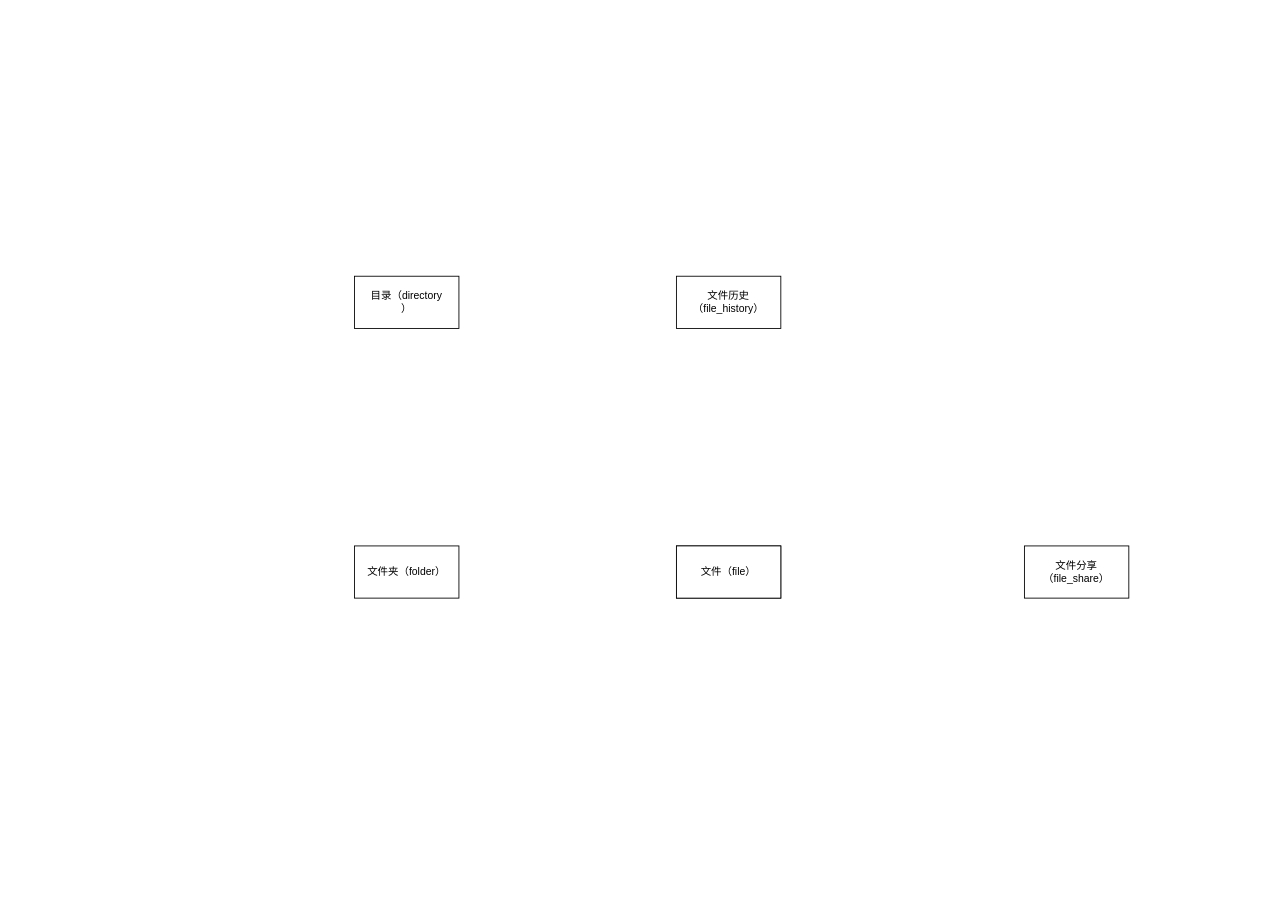
Before: sendi/文件服务ER图.drawio in Joyouspeng/joyous, a draw.io diagram. Source tidied: cells renumbered, new cells numbered last; positions are measured from the earlier drawing's top-left corner, leaving out a move shared by most shapes. Both pictures are drawn from the tidied source at 87%, with x=0, y=0 at pixel (354, 276).
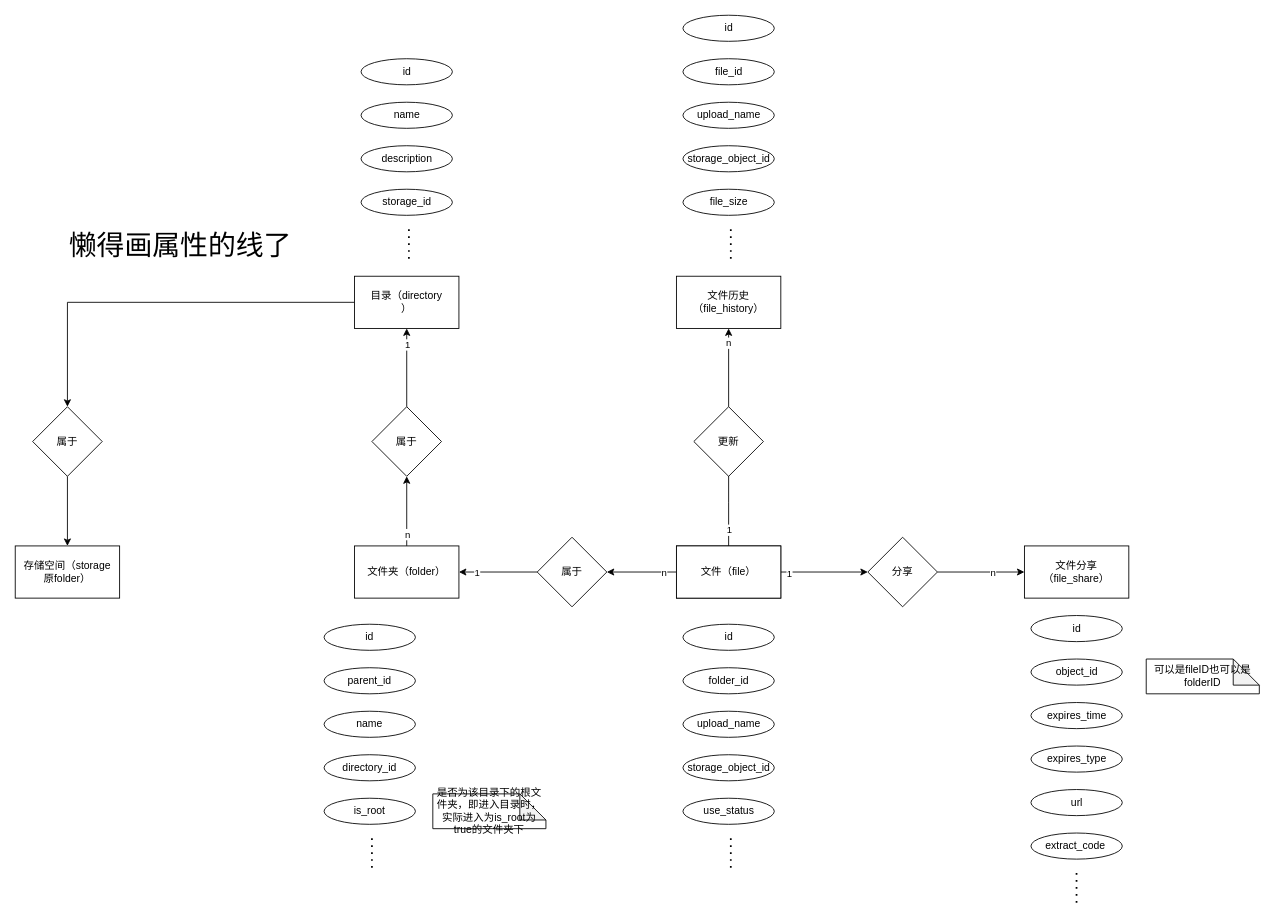
After the change.

Commit message:
更新文件服务ER图.drawio

Unchanged cells that the change refers to:
```xml
<mxCell id="2" value="文件夹（folder）" style="rounded=0;whiteSpace=wrap;html=1;" parent="1" vertex="1">
  <mxGeometry y="310" width="120" height="60" as="geometry" />
</mxCell>
<mxCell id="4" value="文件历史（file_history）" style="rounded=0;whiteSpace=wrap;html=1;" parent="1" vertex="1">
  <mxGeometry x="370" width="120" height="60" as="geometry" />
</mxCell>
<mxCell id="5" value="文件分享（file_share）" style="rounded=0;whiteSpace=wrap;html=1;" parent="1" vertex="1">
  <mxGeometry x="770" y="310" width="120" height="60" as="geometry" />
</mxCell>
<mxCell id="6" value="文件（file）" style="rounded=0;whiteSpace=wrap;html=1;" parent="1" vertex="1">
  <mxGeometry x="370" y="310" width="120" height="60" as="geometry" />
</mxCell>
<mxCell id="7" value="目录（directory&lt;br&gt;）" style="rounded=0;whiteSpace=wrap;html=1;" parent="1" vertex="1">
  <mxGeometry width="120" height="60" as="geometry" />
</mxCell>
```

What changed in the source:
```diff
@@
+    <mxCell id="8" style="edgeStyle=orthogonalEdgeStyle;rounded=0;jettySize=auto;html=1;exitX=0.5;exitY=0;exitDx=0;exitDy=0;entryX=0.5;entryY=1;entryDx=0;entryDy=0;" parent="1" edge="1" source="2" target="23">
+      <mxGeometry relative="1" as="geometry" />
+    </mxCell>
+    <mxCell id="9" value="n" style="edgeLabel;html=1;align=center;verticalAlign=middle;" parent="8" vertex="1">
+      <mxGeometry x="-0.64" relative="1" as="geometry" />
+    </mxCell>
@@
+    <mxCell id="10" style="edgeStyle=orthogonalEdgeStyle;rounded=0;jettySize=auto;html=1;exitX=0;exitY=0.5;exitDx=0;exitDy=0;entryX=1;entryY=0.5;entryDx=0;entryDy=0;" parent="1" edge="1" source="6" target="20">
+      <mxGeometry relative="1" as="geometry" />
+    </mxCell>
+    <mxCell id="11" value="n" style="edgeLabel;html=1;align=center;verticalAlign=middle;" parent="10" vertex="1">
+      <mxGeometry x="-0.63" relative="1" as="geometry" />
+    </mxCell>
+    <mxCell id="12" style="edgeStyle=orthogonalEdgeStyle;rounded=0;jettySize=auto;html=1;exitX=0.5;exitY=0;exitDx=0;exitDy=0;" parent="1" edge="1" source="6">
+      <mxGeometry relative="1" as="geometry">
+        <mxPoint x="430" y="210" as="targetPoint" />
+      </mxGeometry>
+    </mxCell>
+    <mxCell id="13" value="1" style="edgeLabel;html=1;align=center;verticalAlign=middle;" parent="12" vertex="1">
+      <mxGeometry x="-0.63" relative="1" as="geometry" />
+    </mxCell>
+    <mxCell id="14" style="edgeStyle=orthogonalEdgeStyle;rounded=0;jettySize=auto;html=1;exitX=1;exitY=0.5;exitDx=0;exitDy=0;entryX=0;entryY=0.5;entryDx=0;entryDy=0;" parent="1" edge="1" source="6" target="29">
+      <mxGeometry relative="1" as="geometry" />
+    </mxCell>
+    <mxCell id="15" value="1" style="edgeLabel;html=1;align=center;verticalAlign=middle;" parent="14" vertex="1">
+      <mxGeometry x="-0.81" y="-1" relative="1" as="geometry" />
+    </mxCell>
@@
+    <mxCell id="16" style="edgeStyle=orthogonalEdgeStyle;rounded=0;jettySize=auto;html=1;exitX=0;exitY=0.5;exitDx=0;exitDy=0;entryX=0.5;entryY=0;entryDx=0;entryDy=0;" parent="1" edge="1" source="7" target="31">
+      <mxGeometry relative="1" as="geometry" />
+    </mxCell>
@@
+    <mxCell id="17" value="存储空间（storage&lt;br&gt;原folder）" style="rounded=0;whiteSpace=wrap;html=1;" parent="1" vertex="1">
+      <mxGeometry x="-390" y="310" width="120" height="60" as="geometry" />
+    </mxCell>
+    <mxCell id="18" style="edgeStyle=orthogonalEdgeStyle;rounded=0;jettySize=auto;html=1;exitX=0;exitY=0.5;exitDx=0;exitDy=0;entryX=1;entryY=0.5;entryDx=0;entryDy=0;" parent="1" edge="1" source="20" target="2">
+      <mxGeometry relative="1" as="geometry" />
+    </mxCell>
+    <mxCell id="19" value="1" style="edgeLabel;html=1;align=center;verticalAlign=middle;" parent="18" vertex="1">
+      <mxGeometry x="0.55" relative="1" as="geometry" />
+    </mxCell>
+    <mxCell id="20" value="属于" style="rhombus;whiteSpace=wrap;html=1;" parent="1" vertex="1">
+      <mxGeometry x="210" y="300" width="80" height="80" as="geometry" />
+    </mxCell>
+    <mxCell id="21" style="edgeStyle=orthogonalEdgeStyle;rounded=0;jettySize=auto;html=1;exitX=0.5;exitY=0;exitDx=0;exitDy=0;entryX=0.5;entryY=1;entryDx=0;entryDy=0;" parent="1" edge="1" source="23" target="7">
+      <mxGeometry relative="1" as="geometry" />
+    </mxCell>
+    <mxCell id="22" value="1" style="edgeLabel;html=1;align=center;verticalAlign=middle;" parent="21" vertex="1">
+      <mxGeometry x="0.59" relative="1" as="geometry" />
+    </mxCell>
+    <mxCell id="23" value="属于" style="rhombus;whiteSpace=wrap;html=1;" parent="1" vertex="1">
+      <mxGeometry x="20" y="150" width="80" height="80" as="geometry" />
+    </mxCell>
+    <mxCell id="24" style="edgeStyle=orthogonalEdgeStyle;rounded=0;jettySize=auto;html=1;exitX=0.5;exitY=0;exitDx=0;exitDy=0;entryX=0.5;entryY=1;entryDx=0;entryDy=0;" parent="1" edge="1" source="26" target="4">
+      <mxGeometry relative="1" as="geometry" />
+    </mxCell>
+    <mxCell id="25" value="n" style="edgeLabel;html=1;align=center;verticalAlign=middle;" parent="24" vertex="1">
+      <mxGeometry x="0.64" y="1" relative="1" as="geometry" />
+    </mxCell>
+    <mxCell id="26" value="更新" style="rhombus;whiteSpace=wrap;html=1;" parent="1" vertex="1">
+      <mxGeometry x="390" y="150" width="80" height="80" as="geometry" />
+    </mxCell>
+    <mxCell id="27" style="edgeStyle=orthogonalEdgeStyle;rounded=0;jettySize=auto;html=1;exitX=1;exitY=0.5;exitDx=0;exitDy=0;entryX=0;entryY=0.5;entryDx=0;entryDy=0;" parent="1" edge="1" source="29" target="5">
+      <mxGeometry relative="1" as="geometry" />
+    </mxCell>
+    <mxCell id="28" value="n" style="edgeLabel;html=1;align=center;verticalAlign=middle;" parent="27" vertex="1">
+      <mxGeometry x="0.25" relative="1" as="geometry" />
+    </mxCell>
+    <mxCell id="29" value="分享" style="rhombus;whiteSpace=wrap;html=1;" parent="1" vertex="1">
+      <mxGeometry x="590" y="300" width="80" height="80" as="geometry" />
+    </mxCell>
+    <mxCell id="30" style="edgeStyle=orthogonalEdgeStyle;rounded=0;jettySize=auto;html=1;exitX=0.5;exitY=1;exitDx=0;exitDy=0;" parent="1" edge="1" source="31" target="17">
+      <mxGeometry relative="1" as="geometry" />
+    </mxCell>
+    <mxCell id="31" value="属于" style="rhombus;whiteSpace=wrap;html=1;" parent="1" vertex="1">
+      <mxGeometry x="-370" y="150" width="80" height="80" as="geometry" />
+    </mxCell>
+    <mxCell id="32" value="id" style="ellipse;whiteSpace=wrap;html=1;" parent="1" vertex="1">
+      <mxGeometry x="-35" y="400" width="105" height="30" as="geometry" />
+    </mxCell>
+    <mxCell id="33" value="name" style="ellipse;whiteSpace=wrap;html=1;" parent="1" vertex="1">
+      <mxGeometry x="-35" y="500" width="105" height="30" as="geometry" />
+    </mxCell>
+    <mxCell id="34" value="directory_id" style="ellipse;whiteSpace=wrap;html=1;" parent="1" vertex="1">
+      <mxGeometry x="-35" y="550" width="105" height="30" as="geometry" />
+    </mxCell>
+    <mxCell id="35" value="is_root" style="ellipse;whiteSpace=wrap;html=1;" parent="1" vertex="1">
+      <mxGeometry x="-35" y="600" width="105" height="30" as="geometry" />
+    </mxCell>
+    <mxCell id="36" value="是否为该目录下的根文件夹，即进入目录时，实际进入为is_root为true的文件夹下" style="shape=note;whiteSpace=wrap;html=1;backgroundOutline=1;darkOpacity=0.05;" parent="1" vertex="1">
+      <mxGeometry x="90" y="595" width="130" height="40" as="geometry" />
+    </mxCell>
+    <mxCell id="37" value="parent_id" style="ellipse;whiteSpace=wrap;html=1;" parent="1" vertex="1">
+      <mxGeometry x="-35" y="450" width="105" height="30" as="geometry" />
+    </mxCell>
+    <mxCell id="38" style="endArrow=none;dashed=1;html=1;dashPattern=1 3;strokeWidth=2;rounded=0;" parent="1" edge="1">
+      <mxGeometry relative="1" as="geometry">
+        <mxPoint x="20" y="680" as="sourcePoint" />
+        <mxPoint x="20" y="640" as="targetPoint" />
+      </mxGeometry>
+    </mxCell>
+    <mxCell id="39" value="id" style="ellipse;whiteSpace=wrap;html=1;" parent="1" vertex="1">
+      <mxGeometry x="377.5" y="400" width="105" height="30" as="geometry" />
+    </mxCell>
+    <mxCell id="40" value="upload_name" style="ellipse;whiteSpace=wrap;html=1;" parent="1" vertex="1">
+      <mxGeometry x="377.5" y="500" width="105" height="30" as="geometry" />
+    </mxCell>
+    <mxCell id="41" value="storage_object_id" style="ellipse;whiteSpace=wrap;html=1;" parent="1" vertex="1">
+      <mxGeometry x="377.5" y="550" width="105" height="30" as="geometry" />
+    </mxCell>
+    <mxCell id="42" value="use_status" style="ellipse;whiteSpace=wrap;html=1;" parent="1" vertex="1">
+      <mxGeometry x="377.5" y="600" width="105" height="30" as="geometry" />
+    </mxCell>
+    <mxCell id="43" value="folder_id" style="ellipse;whiteSpace=wrap;html=1;" parent="1" vertex="1">
+      <mxGeometry x="377.5" y="450" width="105" height="30" as="geometry" />
+    </mxCell>
+    <mxCell id="44" style="endArrow=none;dashed=1;html=1;dashPattern=1 3;strokeWidth=2;rounded=0;" parent="1" edge="1">
+      <mxGeometry relative="1" as="geometry">
+        <mxPoint x="432.5" y="680" as="sourcePoint" />
+        <mxPoint x="432.5" y="640" as="targetPoint" />
+      </mxGeometry>
+    </mxCell>
+    <mxCell id="45" value="id" style="ellipse;whiteSpace=wrap;html=1;" parent="1" vertex="1">
+      <mxGeometry x="777.5" y="390" width="105" height="30" as="geometry" />
+    </mxCell>
+    <mxCell id="46" value="expires_time" style="ellipse;whiteSpace=wrap;html=1;" parent="1" vertex="1">
+      <mxGeometry x="777.5" y="490" width="105" height="30" as="geometry" />
+    </mxCell>
+    <mxCell id="47" value="expires_type" style="ellipse;whiteSpace=wrap;html=1;" parent="1" vertex="1">
+      <mxGeometry x="777.5" y="540" width="105" height="30" as="geometry" />
+    </mxCell>
+    <mxCell id="48" value="object_id" style="ellipse;whiteSpace=wrap;html=1;" parent="1" vertex="1">
+      <mxGeometry x="777.5" y="440" width="105" height="30" as="geometry" />
+    </mxCell>
+    <mxCell id="49" style="endArrow=none;dashed=1;html=1;dashPattern=1 3;strokeWidth=2;rounded=0;" parent="1" edge="1">
+      <mxGeometry relative="1" as="geometry">
+        <mxPoint x="829.9" y="720" as="sourcePoint" />
+        <mxPoint x="829.9" y="680" as="targetPoint" />
+      </mxGeometry>
+    </mxCell>
+    <mxCell id="50" value="id" style="ellipse;whiteSpace=wrap;html=1;" parent="1" vertex="1">
+      <mxGeometry x="377.5" y="-300" width="105" height="30" as="geometry" />
+    </mxCell>
+    <mxCell id="51" value="upload_name" style="ellipse;whiteSpace=wrap;html=1;" parent="1" vertex="1">
+      <mxGeometry x="377.5" y="-200" width="105" height="30" as="geometry" />
+    </mxCell>
+    <mxCell id="52" value="storage_object_id" style="ellipse;whiteSpace=wrap;html=1;" parent="1" vertex="1">
+      <mxGeometry x="377.5" y="-150" width="105" height="30" as="geometry" />
+    </mxCell>
+    <mxCell id="53" value="file_size" style="ellipse;whiteSpace=wrap;html=1;" parent="1" vertex="1">
+      <mxGeometry x="377.5" y="-100" width="105" height="30" as="geometry" />
+    </mxCell>
+    <mxCell id="54" value="file_id" style="ellipse;whiteSpace=wrap;html=1;" parent="1" vertex="1">
+      <mxGeometry x="377.5" y="-250" width="105" height="30" as="geometry" />
+    </mxCell>
+    <mxCell id="55" style="endArrow=none;dashed=1;html=1;dashPattern=1 3;strokeWidth=2;rounded=0;" parent="1" edge="1">
+      <mxGeometry relative="1" as="geometry">
+        <mxPoint x="432.5" y="-20" as="sourcePoint" />
+        <mxPoint x="432.5" y="-60" as="targetPoint" />
+      </mxGeometry>
+    </mxCell>
+    <mxCell id="56" value="可以是fileID也可以是folderID" style="shape=note;whiteSpace=wrap;html=1;backgroundOutline=1;darkOpacity=0.05;" parent="1" vertex="1">
+      <mxGeometry x="910" y="440" width="130" height="40" as="geometry" />
+    </mxCell>
+    <mxCell id="57" value="url" style="ellipse;whiteSpace=wrap;html=1;" parent="1" vertex="1">
+      <mxGeometry x="777.5" y="590" width="105" height="30" as="geometry" />
+    </mxCell>
+    <mxCell id="58" value="extract_code&amp;nbsp;" style="ellipse;whiteSpace=wrap;html=1;" parent="1" vertex="1">
+      <mxGeometry x="777.5" y="640" width="105" height="30" as="geometry" />
+    </mxCell>
+    <mxCell id="59" value="id" style="ellipse;whiteSpace=wrap;html=1;" parent="1" vertex="1">
+      <mxGeometry x="7.5" y="-250" width="105" height="30" as="geometry" />
+    </mxCell>
+    <mxCell id="60" value="description" style="ellipse;whiteSpace=wrap;html=1;" parent="1" vertex="1">
+      <mxGeometry x="7.5" y="-150" width="105" height="30" as="geometry" />
+    </mxCell>
+    <mxCell id="61" value="storage_id" style="ellipse;whiteSpace=wrap;html=1;" parent="1" vertex="1">
+      <mxGeometry x="7.5" y="-100" width="105" height="30" as="geometry" />
+    </mxCell>
+    <mxCell id="62" value="name" style="ellipse;whiteSpace=wrap;html=1;" parent="1" vertex="1">
+      <mxGeometry x="7.5" y="-200" width="105" height="30" as="geometry" />
+    </mxCell>
+    <mxCell id="63" style="endArrow=none;dashed=1;html=1;dashPattern=1 3;strokeWidth=2;rounded=0;" parent="1" edge="1">
+      <mxGeometry relative="1" as="geometry">
+        <mxPoint x="62.5" y="-20" as="sourcePoint" />
+        <mxPoint x="62.5" y="-60" as="targetPoint" />
+      </mxGeometry>
+    </mxCell>
+    <mxCell id="64" value="懒得画属性的线了" style="text;html=1;strokeColor=none;fillColor=none;align=center;verticalAlign=middle;whiteSpace=wrap;rounded=0;fontSize=32;" parent="1" vertex="1">
+      <mxGeometry x="-340" y="-60" width="280" height="50" as="geometry" />
+    </mxCell>
```
